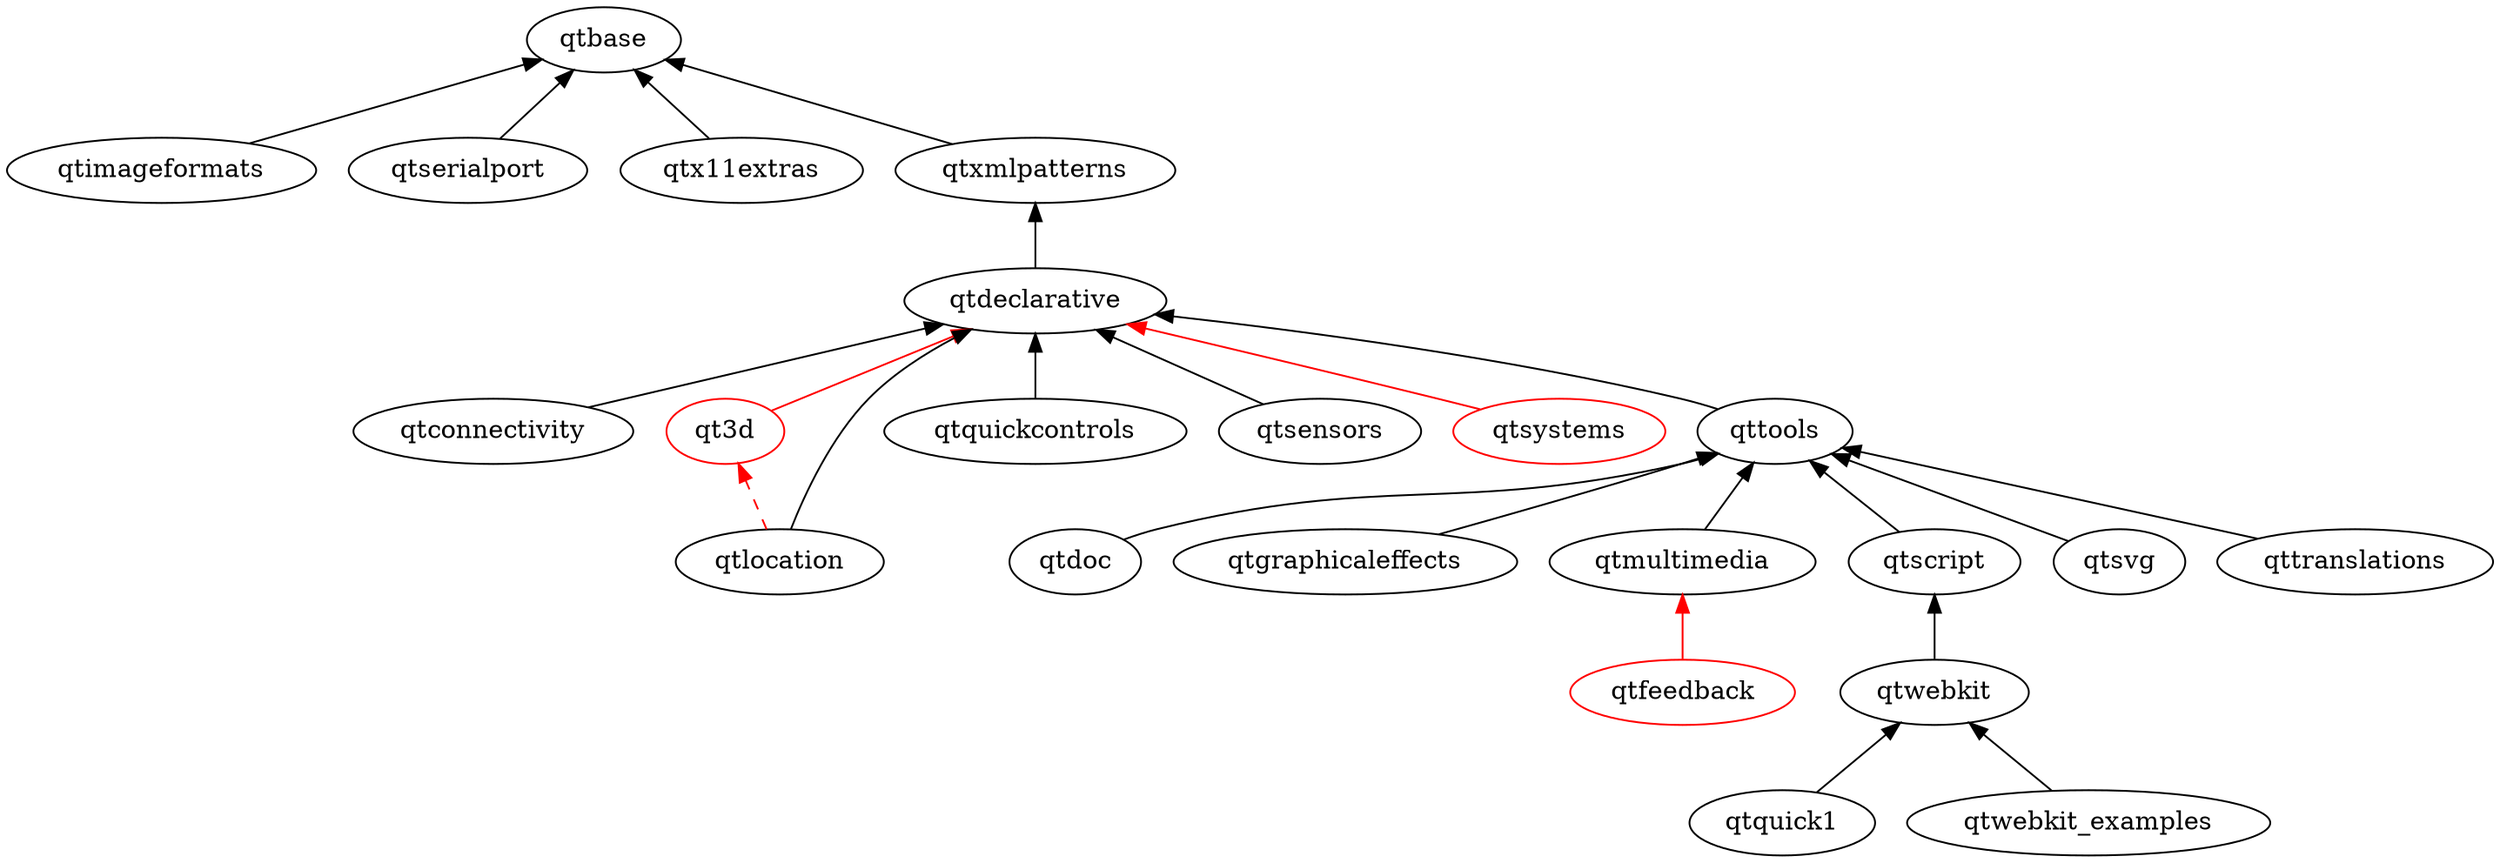
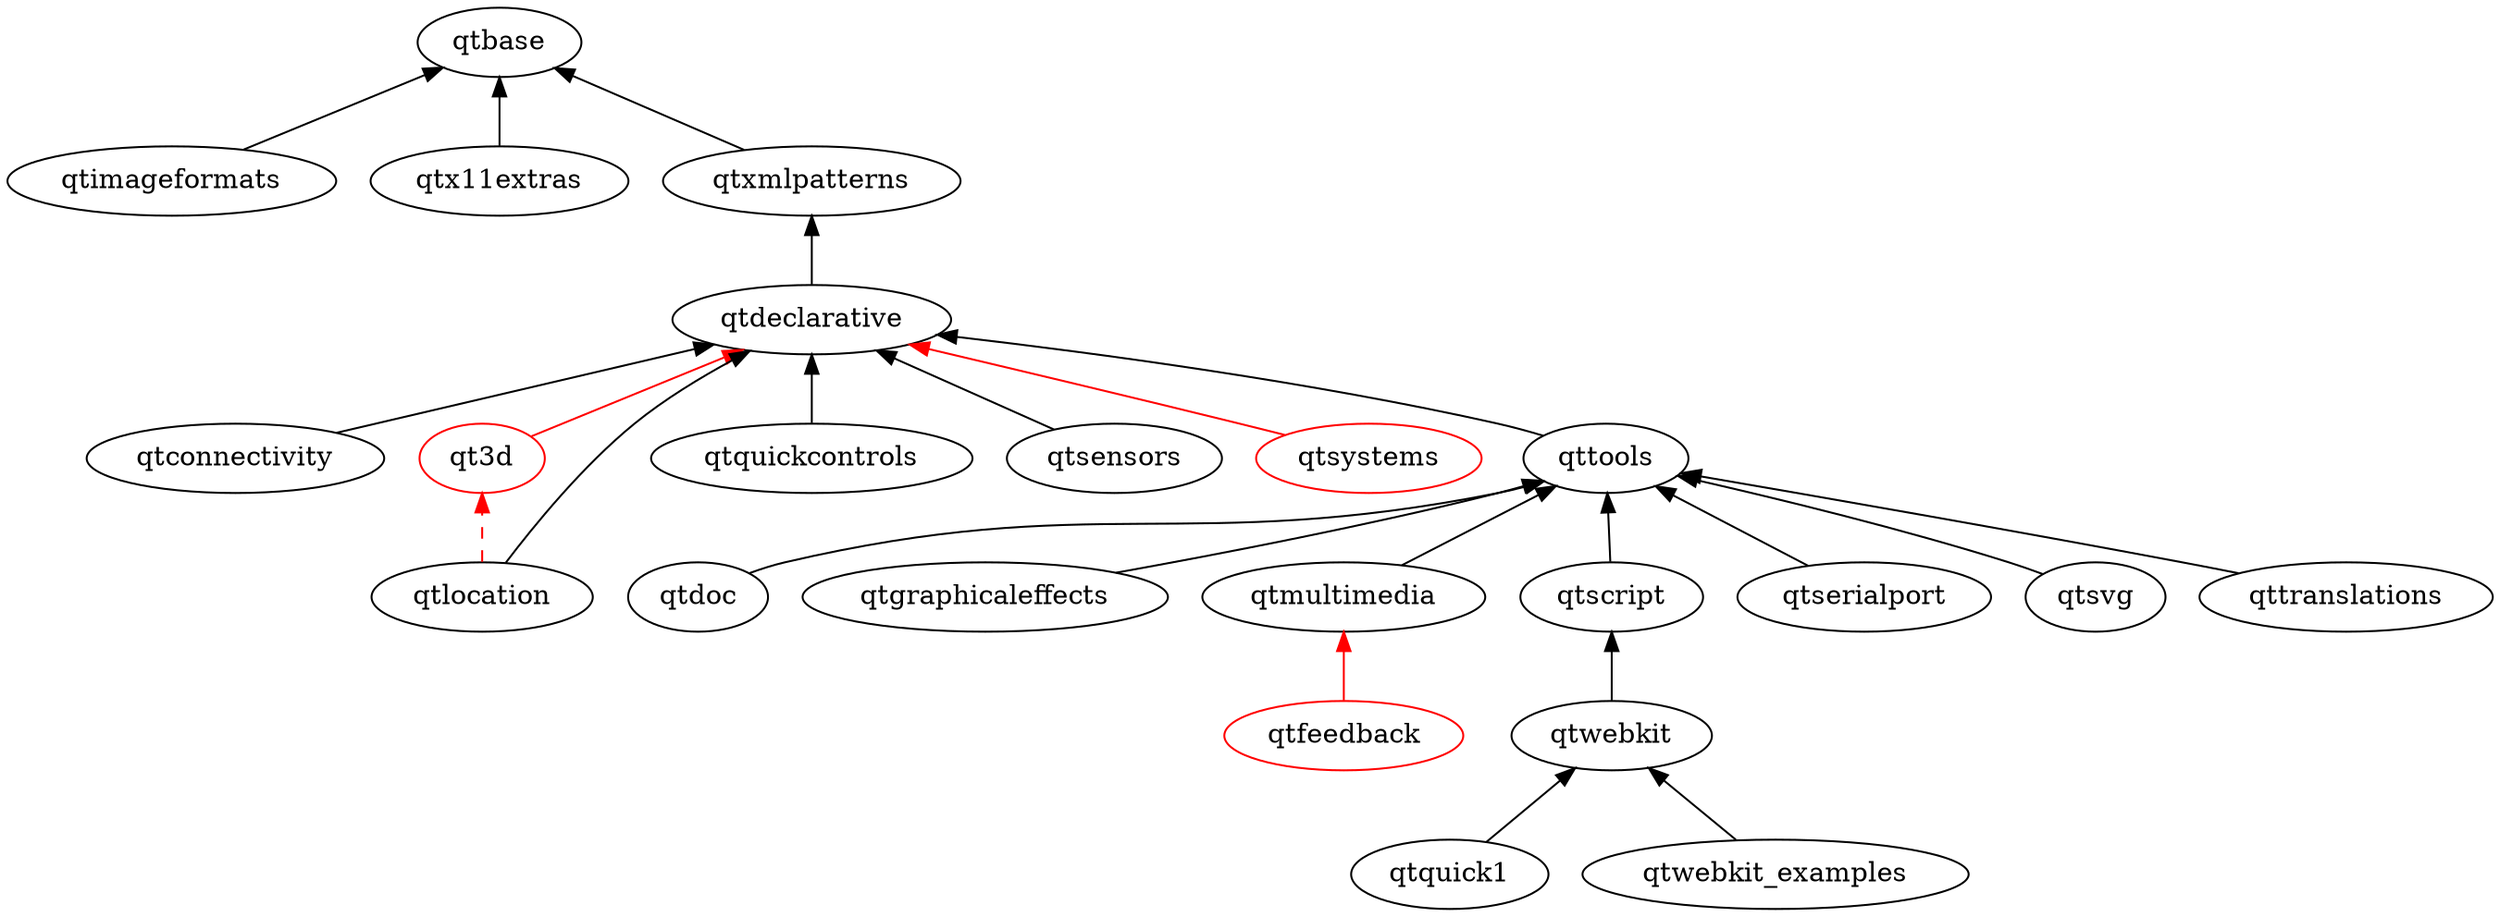
digraph qt5 {
  graph [
    rankdir = "BT"
  ]

  qt3d [ color = red ]
  qtbase
  qtconnectivity
  qtdeclarative
  qtdoc
  qtfeedback [ color = red ]
  qtgraphicaleffects
  qtimageformats
  qtlocation
  qtmultimedia
  qtquick1
  qtquickcontrols
  qtscript
  qtsensors
  qtserialport
  qtsvg
  qtsystems [ color = red ]
  qttools
  qttranslations
  qtwebkit
  qtwebkit_examples
  qtx11extras
  qtxmlpatterns

  qtconnectivity -> qtdeclarative
  qtdeclarative -> qtxmlpatterns
  qtdoc -> qttools
  qtgraphicaleffects -> qttools
  qtimageformats -> qtbase
  qtmultimedia -> qttools
  qtquick1 -> qtwebkit
  qtquickcontrols -> qtdeclarative
  qtsensors -> qtdeclarative
-   qtserialport -> qtbase
+   qtserialport -> qttools
  qtscript -> qttools
  qtsvg -> qttools
  qttools -> qtdeclarative
  qttranslations -> qttools
  qtwebkit -> qtscript
  qtwebkit_examples -> qtwebkit
  qtx11extras -> qtbase
  qtxmlpatterns -> qtbase

  // unsure/not-uploaded
  qt3d -> qtdeclarative [ color = red ]
  qtfeedback -> qtmultimedia [ color = red ]
  qtlocation -> qt3d [color = red style = dashed]
  qtlocation -> qtdeclarative
  qtsystems -> qtdeclarative [ color = red ]
}
